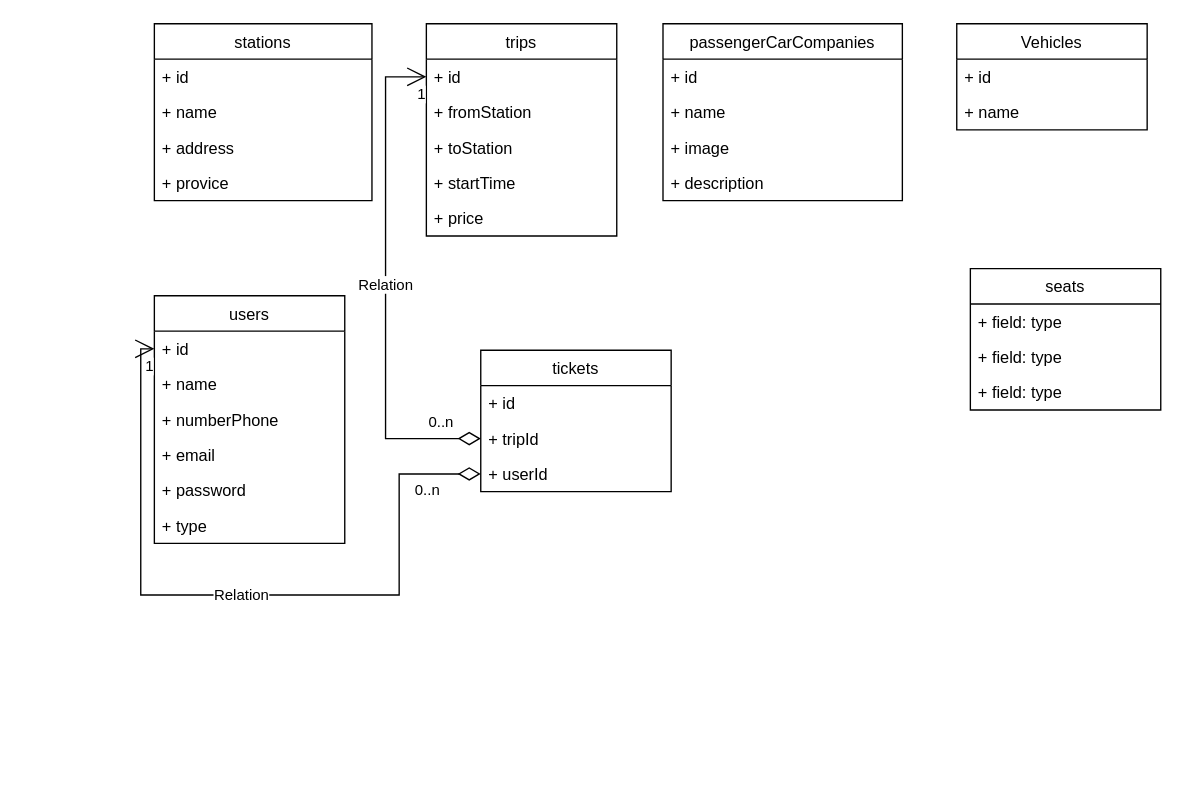
This is vexere_db.drawio from huynvn010193/nodeJS_cyber, a draw.io file, before an edit. Source tidied: cells renumbered, new cells numbered last; positions are measured from the earlier drawing's top-left corner, leaving out a move shared by most shapes. Both pictures are drawn from the tidied source at 136%, with x=0, y=0 at pixel (140, 23).
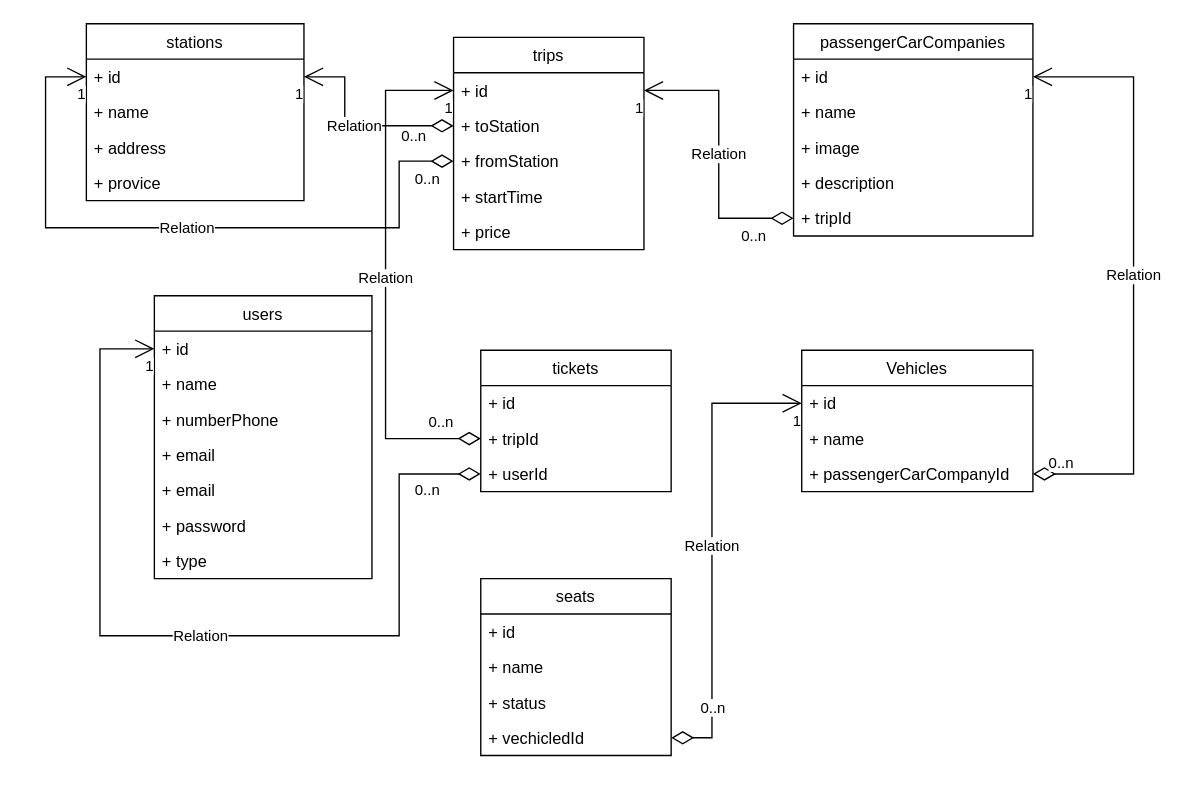
The same page after the edit.

Unchanged cells that the change refers to:
```xml
<mxCell id="3" value="+ id&#10;" style="text;strokeColor=none;fillColor=none;align=left;verticalAlign=top;spacingLeft=4;spacingRight=4;overflow=hidden;points=[[0,0.5],[1,0.5]];portConstraint=eastwest;" parent="2" vertex="1">
  <mxGeometry y="26" width="160" height="26" as="geometry" />
</mxCell>
<mxCell id="8" value="+ id&#10;" style="text;strokeColor=none;fillColor=none;align=left;verticalAlign=top;spacingLeft=4;spacingRight=4;overflow=hidden;points=[[0,0.5],[1,0.5]];portConstraint=eastwest;" parent="7" vertex="1">
  <mxGeometry y="26" width="140" height="26" as="geometry" />
</mxCell>
<mxCell id="14" value="+ id&#10;" style="text;strokeColor=none;fillColor=none;align=left;verticalAlign=top;spacingLeft=4;spacingRight=4;overflow=hidden;points=[[0,0.5],[1,0.5]];portConstraint=eastwest;" parent="13" vertex="1">
  <mxGeometry y="26" width="176" height="26" as="geometry" />
</mxCell>
<mxCell id="34" value="+ tripId" style="text;strokeColor=none;fillColor=none;align=left;verticalAlign=top;spacingLeft=4;spacingRight=4;overflow=hidden;points=[[0,0.5],[1,0.5]];portConstraint=eastwest;" parent="32" vertex="1">
  <mxGeometry y="52" width="140" height="26" as="geometry" />
</mxCell>
<mxCell id="35" value="+ userId&#10;" style="text;strokeColor=none;fillColor=none;align=left;verticalAlign=top;spacingLeft=4;spacingRight=4;overflow=hidden;points=[[0,0.5],[1,0.5]];portConstraint=eastwest;" parent="32" vertex="1">
  <mxGeometry y="78" width="140" height="26" as="geometry" />
</mxCell>
```

What changed in the source:
```diff
@@
     <mxCell id="2" value="stations" style="swimlane;fontStyle=0;horizontal=1;startSize=26;fillColor=none;" parent="1" vertex="1">
-      <mxGeometry x="10" width="160" height="130" as="geometry" />
+      <mxGeometry x="-40" width="160" height="130" as="geometry" />
     </mxCell>
@@
     <mxCell id="7" value="trips" style="swimlane;fontStyle=0;horizontal=1;startSize=26;fillColor=none;" parent="1" vertex="1">
-      <mxGeometry x="210" width="140" height="156" as="geometry" />
+      <mxGeometry x="230" y="10" width="140" height="156" as="geometry" />
     </mxCell>
@@
+    <mxCell id="10" value="+ toStation&#10;" style="text;strokeColor=none;fillColor=none;align=left;verticalAlign=top;spacingLeft=4;spacingRight=4;overflow=hidden;points=[[0,0.5],[1,0.5]];portConstraint=eastwest;" parent="7" vertex="1">
+      <mxGeometry y="52" width="140" height="26" as="geometry" />
+    </mxCell>
     <mxCell id="9" value="+ fromStation" style="text;strokeColor=none;fillColor=none;align=left;verticalAlign=top;spacingLeft=4;spacingRight=4;overflow=hidden;points=[[0,0.5],[1,0.5]];portConstraint=eastwest;" parent="7" vertex="1">
-      <mxGeometry y="52" width="140" height="26" as="geometry" />
+      <mxGeometry y="78" width="140" height="26" as="geometry" />
     </mxCell>
-    <mxCell id="10" value="+ toStation&#10;" style="text;strokeColor=none;fillColor=none;align=left;verticalAlign=top;spacingLeft=4;spacingRight=4;overflow=hidden;points=[[0,0.5],[1,0.5]];portConstraint=eastwest;" parent="7" vertex="1">
-      <mxGeometry y="78" width="140" height="26" as="geometry" />
-    </mxCell>
@@
     <mxCell id="13" value="passengerCarCompanies" style="swimlane;fontStyle=0;horizontal=1;startSize=26;fillColor=none;" parent="1" vertex="1">
-      <mxGeometry x="384" width="176" height="130" as="geometry" />
+      <mxGeometry x="480" width="176" height="156" as="geometry" />
     </mxCell>
@@
+    <mxCell id="42" value="+ tripId&#10;&#10;" style="text;strokeColor=none;fillColor=none;align=left;verticalAlign=top;spacingLeft=4;spacingRight=4;overflow=hidden;points=[[0,0.5],[1,0.5]];portConstraint=eastwest;" parent="13" vertex="1">
+      <mxGeometry y="130" width="176" height="26" as="geometry" />
+    </mxCell>
     <mxCell id="18" value="Vehicles" style="swimlane;fontStyle=0;horizontal=1;startSize=26;fillColor=none;" parent="1" vertex="1">
-      <mxGeometry x="600" width="140" height="78" as="geometry" />
+      <mxGeometry x="486" y="240" width="170" height="104" as="geometry" />
     </mxCell>
     <mxCell id="19" value="+ id" style="text;strokeColor=none;fillColor=none;align=left;verticalAlign=top;spacingLeft=4;spacingRight=4;overflow=hidden;points=[[0,0.5],[1,0.5]];portConstraint=eastwest;" parent="18" vertex="1">
-      <mxGeometry y="26" width="140" height="26" as="geometry" />
+      <mxGeometry y="26" width="170" height="26" as="geometry" />
     </mxCell>
     <mxCell id="20" value="+ name" style="text;strokeColor=none;fillColor=none;align=left;verticalAlign=top;spacingLeft=4;spacingRight=4;overflow=hidden;" parent="18" vertex="1">
-      <mxGeometry y="52" width="140" height="26" as="geometry" />
+      <mxGeometry y="52" width="170" height="26" as="geometry" />
     </mxCell>
+    <mxCell id="43" value="+ passengerCarCompanyId&#10;" style="text;strokeColor=none;fillColor=none;align=left;verticalAlign=top;spacingLeft=4;spacingRight=4;overflow=hidden;points=[[0,0.5],[1,0.5]];portConstraint=eastwest;" parent="18" vertex="1">
+      <mxGeometry y="78" width="170" height="26" as="geometry" />
+    </mxCell>
     <mxCell id="21" value="seats" style="swimlane;fontStyle=0;horizontal=1;startSize=26;fillColor=none;" parent="1" vertex="1">
-      <mxGeometry x="610" y="180" width="140" height="104" as="geometry" />
+      <mxGeometry x="250" y="408" width="140" height="130" as="geometry" />
     </mxCell>
-    <mxCell id="22" value="+ field: type" style="text;strokeColor=none;fillColor=none;align=left;verticalAlign=top;spacingLeft=4;spacingRight=4;overflow=hidden;" parent="21" vertex="1">
+    <mxCell id="22" value="+ id" style="text;strokeColor=none;fillColor=none;align=left;verticalAlign=top;spacingLeft=4;spacingRight=4;overflow=hidden;" parent="21" vertex="1">
       <mxGeometry y="26" width="140" height="26" as="geometry" />
     </mxCell>
-    <mxCell id="23" value="+ field: type" style="text;strokeColor=none;fillColor=none;align=left;verticalAlign=top;spacingLeft=4;spacingRight=4;overflow=hidden;" parent="21" vertex="1">
+    <mxCell id="23" value="+ name" style="text;strokeColor=none;fillColor=none;align=left;verticalAlign=top;spacingLeft=4;spacingRight=4;overflow=hidden;" parent="21" vertex="1">
       <mxGeometry y="52" width="140" height="26" as="geometry" />
     </mxCell>
-    <mxCell id="24" value="+ field: type" style="text;strokeColor=none;fillColor=none;align=left;verticalAlign=top;spacingLeft=4;spacingRight=4;overflow=hidden;" parent="21" vertex="1">
+    <mxCell id="24" value="+ status" style="text;strokeColor=none;fillColor=none;align=left;verticalAlign=top;spacingLeft=4;spacingRight=4;overflow=hidden;" parent="21" vertex="1">
       <mxGeometry y="78" width="140" height="26" as="geometry" />
     </mxCell>
+    <mxCell id="44" value="+ vechicledId&#10;" style="text;strokeColor=none;fillColor=none;align=left;verticalAlign=top;spacingLeft=4;spacingRight=4;overflow=hidden;points=[[0,0.5],[1,0.5]];portConstraint=eastwest;" parent="21" vertex="1">
+      <mxGeometry y="104" width="140" height="26" as="geometry" />
+    </mxCell>
     <mxCell id="25" value="users" style="swimlane;fontStyle=0;horizontal=1;startSize=26;fillColor=none;" parent="1" vertex="1">
-      <mxGeometry x="10" y="200" width="140" height="182" as="geometry" />
+      <mxGeometry x="10" y="200" width="160" height="208" as="geometry" />
     </mxCell>
     <mxCell id="26" value="+ id" style="text;strokeColor=none;fillColor=none;align=left;verticalAlign=top;spacingLeft=4;spacingRight=4;overflow=hidden;points=[[0,0.5],[1,0.5]];portConstraint=eastwest;" parent="25" vertex="1">
-      <mxGeometry y="26" width="140" height="26" as="geometry" />
+      <mxGeometry y="26" width="160" height="26" as="geometry" />
     </mxCell>
     <mxCell id="27" value="+ name" style="text;strokeColor=none;fillColor=none;align=left;verticalAlign=top;spacingLeft=4;spacingRight=4;overflow=hidden;" parent="25" vertex="1">
-      <mxGeometry y="52" width="140" height="26" as="geometry" />
+      <mxGeometry y="52" width="160" height="26" as="geometry" />
     </mxCell>
     <mxCell id="28" value="+ numberPhone" style="text;strokeColor=none;fillColor=none;align=left;verticalAlign=top;spacingLeft=4;spacingRight=4;overflow=hidden;" parent="25" vertex="1">
-      <mxGeometry y="78" width="140" height="26" as="geometry" />
+      <mxGeometry y="78" width="160" height="26" as="geometry" />
     </mxCell>
+    <mxCell id="45" value="+ email" style="text;strokeColor=none;fillColor=none;align=left;verticalAlign=top;spacingLeft=4;spacingRight=4;overflow=hidden;" parent="25" vertex="1">
+      <mxGeometry y="104" width="160" height="26" as="geometry" />
+    </mxCell>
     <mxCell id="29" value="+ email" style="text;strokeColor=none;fillColor=none;align=left;verticalAlign=top;spacingLeft=4;spacingRight=4;overflow=hidden;" parent="25" vertex="1">
-      <mxGeometry y="104" width="140" height="26" as="geometry" />
+      <mxGeometry y="130" width="160" height="26" as="geometry" />
     </mxCell>
     <mxCell id="30" value="+ password" style="text;strokeColor=none;fillColor=none;align=left;verticalAlign=top;spacingLeft=4;spacingRight=4;overflow=hidden;" parent="25" vertex="1">
-      <mxGeometry y="130" width="140" height="26" as="geometry" />
+      <mxGeometry y="156" width="160" height="26" as="geometry" />
     </mxCell>
     <mxCell id="31" value="+ type" style="text;strokeColor=none;fillColor=none;align=left;verticalAlign=top;spacingLeft=4;spacingRight=4;overflow=hidden;" parent="25" vertex="1">
-      <mxGeometry y="156" width="140" height="26" as="geometry" />
+      <mxGeometry y="182" width="160" height="26" as="geometry" />
     </mxCell>
@@
     <mxCell id="36" value="Relation" style="endArrow=open;html=1;endSize=12;startArrow=diamondThin;startSize=14;startFill=0;edgeStyle=orthogonalEdgeStyle;rounded=0;entryX=0;entryY=0.5;entryDx=0;entryDy=0;exitX=0;exitY=0.5;exitDx=0;exitDy=0;" parent="1" edge="1" source="35" target="26">
       <mxGeometry relative="1" as="geometry">
         <Array as="points">
           <mxPoint x="190" y="331" />
-          <mxPoint x="190" y="420" />
-          <mxPoint y="420" />
-          <mxPoint y="239" />
+          <mxPoint x="190" y="450" />
+          <mxPoint x="-30" y="450" />
+          <mxPoint x="-30" y="239" />
         </Array>
       </mxGeometry>
     </mxCell>
@@
     <mxCell id="39" value="Relation" style="endArrow=open;html=1;endSize=12;startArrow=diamondThin;startSize=14;startFill=0;edgeStyle=orthogonalEdgeStyle;rounded=0;entryX=0;entryY=0.5;entryDx=0;entryDy=0;exitX=0;exitY=0.5;exitDx=0;exitDy=0;" parent="1" edge="1" source="34" target="8">
       <mxGeometry relative="1" as="geometry">
         <Array as="points">
           <mxPoint x="180" y="305" />
-          <mxPoint x="180" y="39" />
+          <mxPoint x="180" y="49" />
         </Array>
       </mxGeometry>
     </mxCell>
@@
+    <mxCell id="46" value="Relation" style="endArrow=open;html=1;endSize=12;startArrow=diamondThin;startSize=14;startFill=0;edgeStyle=orthogonalEdgeStyle;rounded=0;exitX=0;exitY=0.5;exitDx=0;exitDy=0;entryX=0;entryY=0.5;entryDx=0;entryDy=0;" parent="1" edge="1" source="9" target="3">
+      <mxGeometry relative="1" as="geometry">
+        <Array as="points">
+          <mxPoint x="190" y="101" />
+          <mxPoint x="190" y="150" />
+          <mxPoint x="-70" y="150" />
+          <mxPoint x="-70" y="39" />
+        </Array>
+      </mxGeometry>
+    </mxCell>
+    <mxCell id="47" value="0..n" style="edgeLabel;html=1;align=left;verticalAlign=top;" parent="46" vertex="1">
+      <mxGeometry x="-1" relative="1" as="geometry">
+        <mxPoint x="-30" as="offset" />
+      </mxGeometry>
+    </mxCell>
+    <mxCell id="48" value="1" style="edgeLabel;html=1;align=right;verticalAlign=top;" parent="46" vertex="1">
+      <mxGeometry x="1" relative="1" as="geometry" />
+    </mxCell>
+    <mxCell id="49" value="Relation" style="endArrow=open;html=1;endSize=12;startArrow=diamondThin;startSize=14;startFill=0;edgeStyle=orthogonalEdgeStyle;rounded=0;exitX=0;exitY=0.5;exitDx=0;exitDy=0;entryX=1;entryY=0.5;entryDx=0;entryDy=0;" parent="1" edge="1" source="10" target="3">
+      <mxGeometry relative="1" as="geometry">
+        <Array as="points">
+          <mxPoint x="150" y="75" />
+          <mxPoint x="150" y="39" />
+        </Array>
+      </mxGeometry>
+    </mxCell>
+    <mxCell id="50" value="0..n" style="edgeLabel;html=1;align=left;verticalAlign=top;" parent="49" vertex="1">
+      <mxGeometry x="-1" relative="1" as="geometry">
+        <mxPoint x="-40" y="-5" as="offset" />
+      </mxGeometry>
+    </mxCell>
+    <mxCell id="51" value="1" style="edgeLabel;html=1;align=right;verticalAlign=top;" parent="49" vertex="1">
+      <mxGeometry x="1" relative="1" as="geometry" />
+    </mxCell>
+    <mxCell id="52" value="Relation" style="endArrow=open;html=1;endSize=12;startArrow=diamondThin;startSize=14;startFill=0;edgeStyle=orthogonalEdgeStyle;rounded=0;exitX=0;exitY=0.5;exitDx=0;exitDy=0;entryX=1;entryY=0.5;entryDx=0;entryDy=0;" parent="1" edge="1" source="42" target="8">
+      <mxGeometry relative="1" as="geometry" />
+    </mxCell>
+    <mxCell id="53" value="0..n" style="edgeLabel;html=1;align=left;verticalAlign=top;" parent="52" vertex="1">
+      <mxGeometry x="-1" relative="1" as="geometry">
+        <mxPoint x="-40" as="offset" />
+      </mxGeometry>
+    </mxCell>
+    <mxCell id="54" value="1" style="edgeLabel;html=1;align=right;verticalAlign=top;" parent="52" vertex="1">
+      <mxGeometry x="1" relative="1" as="geometry" />
+    </mxCell>
+    <mxCell id="55" value="Relation" style="endArrow=open;html=1;endSize=12;startArrow=diamondThin;startSize=14;startFill=0;edgeStyle=orthogonalEdgeStyle;rounded=0;entryX=1;entryY=0.5;entryDx=0;entryDy=0;exitX=1;exitY=0.5;exitDx=0;exitDy=0;" parent="1" edge="1" source="43" target="14">
+      <mxGeometry relative="1" as="geometry">
+        <Array as="points">
+          <mxPoint x="730" y="331" />
+          <mxPoint x="730" y="39" />
+        </Array>
+      </mxGeometry>
+    </mxCell>
+    <mxCell id="56" value="0..n" style="edgeLabel;html=1;align=left;verticalAlign=top;" parent="55" vertex="1">
+      <mxGeometry x="-1" relative="1" as="geometry">
+        <mxPoint x="10" y="-21" as="offset" />
+      </mxGeometry>
+    </mxCell>
+    <mxCell id="57" value="1" style="edgeLabel;html=1;align=right;verticalAlign=top;" parent="55" vertex="1">
+      <mxGeometry x="1" relative="1" as="geometry" />
+    </mxCell>
+    <mxCell id="58" value="Relation" style="endArrow=open;html=1;endSize=12;startArrow=diamondThin;startSize=14;startFill=0;edgeStyle=orthogonalEdgeStyle;rounded=0;entryX=0;entryY=0.5;entryDx=0;entryDy=0;" parent="1" edge="1" source="44" target="19">
+      <mxGeometry relative="1" as="geometry">
+        <Array as="points">
+          <mxPoint x="420" y="525" />
+          <mxPoint x="420" y="279" />
+        </Array>
+      </mxGeometry>
+    </mxCell>
+    <mxCell id="59" value="0..n" style="edgeLabel;html=1;align=left;verticalAlign=top;" parent="58" vertex="1">
+      <mxGeometry x="-1" relative="1" as="geometry">
+        <mxPoint x="20" y="-35" as="offset" />
+      </mxGeometry>
+    </mxCell>
+    <mxCell id="60" value="1" style="edgeLabel;html=1;align=right;verticalAlign=top;" parent="58" vertex="1">
+      <mxGeometry x="1" relative="1" as="geometry" />
+    </mxCell>
```
